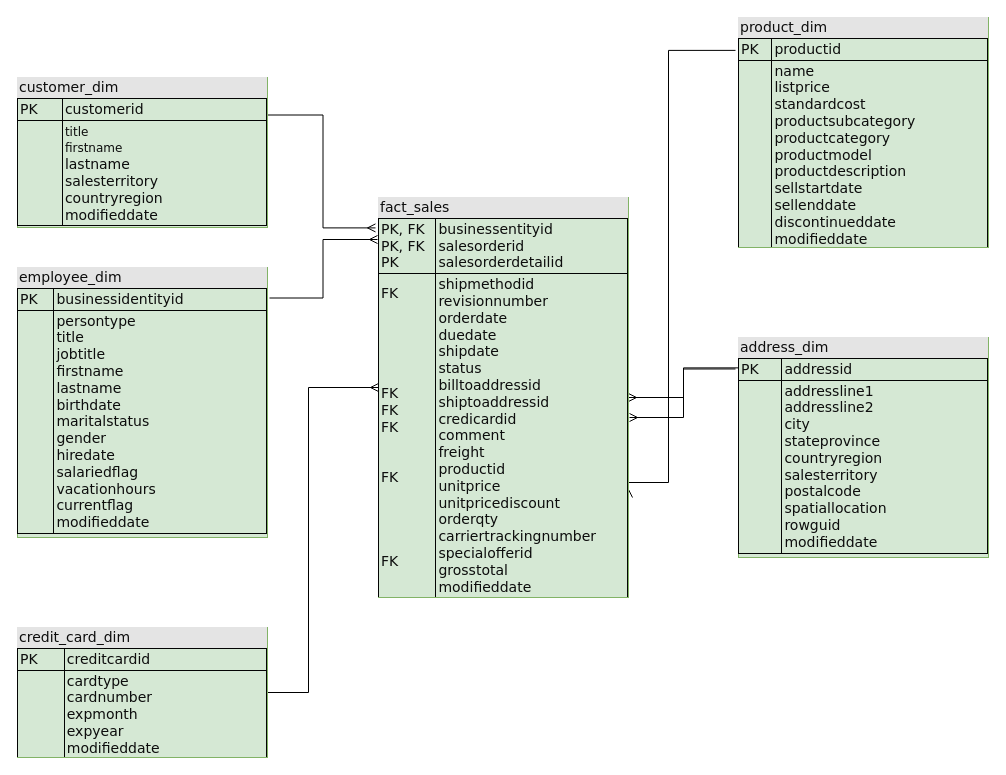
The draw.io diagram page "dw_model" (1 of 7) of data_models.drawio in glbarr/AdventureWorks_DW, before the edit. Source tidied: cells renumbered, new cells numbered last; positions are measured from the earlier drawing's top-left corner, leaving out a move shared by most shapes. Both pictures are drawn from the tidied source at 100%, with x=0, y=0 at pixel (17, 17).
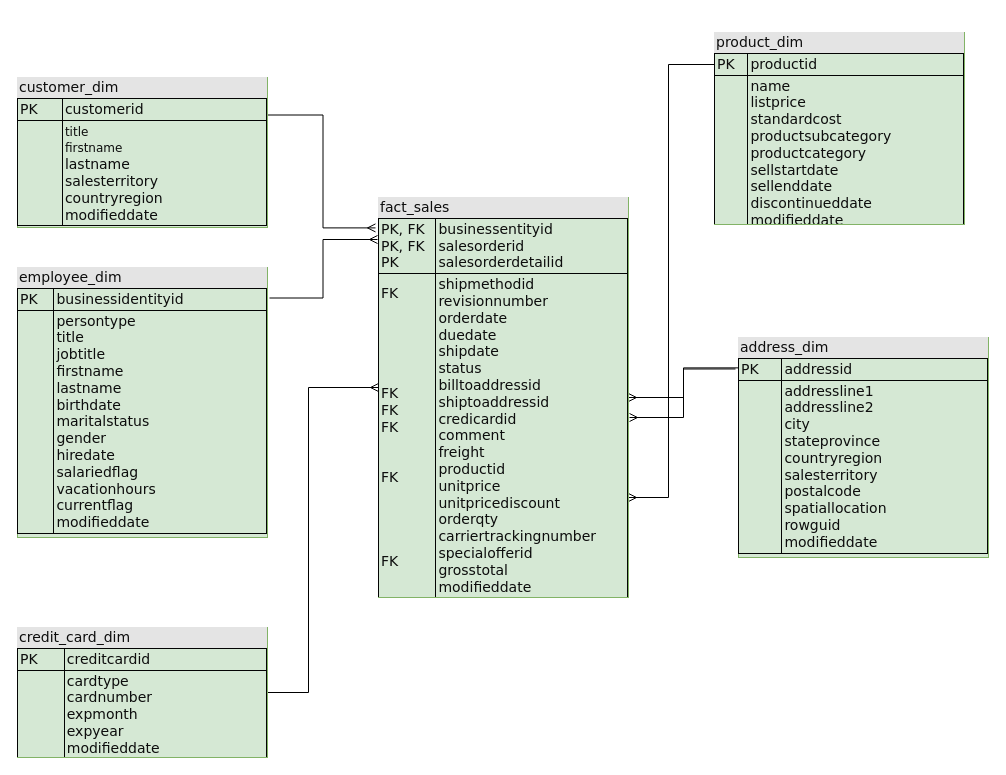
The same page after the edit.

What changed in the source:
```diff
@@
 <mxGraphModel>
   <root>
     <mxCell id="0" />
     <mxCell id="1" parent="0" />
     <mxCell id="2" style="edgeStyle=orthogonalEdgeStyle;rounded=0;jettySize=auto;html=1;exitX=1;exitY=0.5;exitDx=0;exitDy=0;entryX=0.004;entryY=0.138;entryDx=0;entryDy=0;entryPerimeter=0;fontSize=14;startArrow=ERmany;startFill=0;endArrow=none;endFill=0;" parent="1" edge="1" source="7" target="9">
       <mxGeometry relative="1" as="geometry" />
     </mxCell>
     <mxCell id="3" style="edgeStyle=orthogonalEdgeStyle;rounded=0;jettySize=auto;html=1;exitX=1.004;exitY=0.55;exitDx=0;exitDy=0;entryX=-0.012;entryY=0.143;entryDx=0;entryDy=0;entryPerimeter=0;fontSize=14;startArrow=ERmany;startFill=0;endArrow=none;endFill=0;exitPerimeter=0;" parent="1" edge="1" source="7" target="9">
       <mxGeometry relative="1" as="geometry" />
     </mxCell>
     <mxCell id="4" style="edgeStyle=orthogonalEdgeStyle;rounded=0;jettySize=auto;html=1;entryX=1.008;entryY=0.113;entryDx=0;entryDy=0;entryPerimeter=0;endArrow=none;endFill=0;startArrow=ERmany;startFill=0;exitX=-0.004;exitY=0.105;exitDx=0;exitDy=0;exitPerimeter=0;" parent="1" edge="1" source="7" target="12">
       <mxGeometry relative="1" as="geometry" />
     </mxCell>
-    <mxCell id="5" style="edgeStyle=orthogonalEdgeStyle;rounded=0;jettySize=auto;html=1;entryX=-0.012;entryY=0.143;entryDx=0;entryDy=0;entryPerimeter=0;startArrow=ERmany;startFill=0;endArrow=none;endFill=0;exitX=1;exitY=0.75;exitDx=0;exitDy=0;" parent="1" edge="1" source="7" target="8">
+    <mxCell id="5" style="edgeStyle=orthogonalEdgeStyle;rounded=0;jettySize=auto;html=1;startArrow=ERmany;startFill=0;endArrow=none;endFill=0;exitX=1;exitY=0.75;exitDx=0;exitDy=0;" parent="1" edge="1" source="7" target="14">
       <mxGeometry relative="1" as="geometry">
         <Array as="points">
-          <mxPoint x="651" y="465" />
-          <mxPoint x="651" y="33" />
+          <mxPoint x="651" y="480" />
+          <mxPoint x="651" y="47" />
         </Array>
       </mxGeometry>
     </mxCell>
     <mxCell id="6" style="edgeStyle=orthogonalEdgeStyle;rounded=0;jettySize=auto;html=1;startArrow=ERmany;startFill=0;endArrow=none;endFill=0;" parent="1" edge="1" source="7" target="13">
       <mxGeometry relative="1" as="geometry">
         <Array as="points">
           <mxPoint x="291" y="370" />
         </Array>
       </mxGeometry>
     </mxCell>
     <mxCell id="7" value="&lt;div style=&quot;box-sizing: border-box; width: 100%; background: rgb(228, 228, 228); padding: 2px; font-size: 14px;&quot;&gt;fact_sales&lt;/div&gt;&lt;table border=&quot;1&quot; style=&quot;width: 100%; font-size: 14px; border: 1px solid rgb(3, 3, 3); border-collapse: collapse;&quot; cellpadding=&quot;2&quot; cellspacing=&quot;0&quot;&gt;&lt;tbody style=&quot;font-size: 14px;&quot;&gt;&lt;tr style=&quot;font-size: 14px;&quot;&gt;&lt;td style=&quot;font-size: 14px;&quot;&gt;PK, FK&lt;br&gt;PK, FK&lt;br&gt;PK&lt;/td&gt;&lt;td style=&quot;font-size: 14px;&quot;&gt;businessentityid&lt;br&gt;salesorderid&lt;br&gt;salesorderdetailid&lt;/td&gt;&lt;/tr&gt;&lt;tr style=&quot;font-size: 14px;&quot;&gt;&lt;td style=&quot;font-size: 14px;&quot;&gt;FK&lt;br&gt;&lt;br&gt;&lt;br&gt;&lt;br&gt;&lt;br&gt;&lt;br&gt;FK&lt;br&gt;FK&lt;br&gt;FK&lt;br&gt;&lt;br&gt;&lt;br&gt;FK&lt;br&gt;&lt;br&gt;&lt;br&gt;&lt;br&gt;&lt;br&gt;FK&lt;br&gt;&lt;br style=&quot;font-size: 14px;&quot;&gt;&lt;/td&gt;&lt;td style=&quot;font-size: 14px;&quot;&gt;shipmethodid&lt;br&gt;revisionnumber&lt;br&gt;orderdate&lt;br&gt;duedate&lt;br&gt;shipdate&lt;br&gt;status&lt;br&gt;billtoaddressid&lt;br&gt;shiptoaddressid&lt;br&gt;credicardid&lt;br&gt;comment&lt;br&gt;freight&lt;br&gt;productid&lt;br&gt;unitprice&lt;br&gt;unitpricediscount&lt;br&gt;orderqty&lt;br&gt;carriertrackingnumber&lt;br&gt;specialofferid&lt;br&gt;grosstotal&lt;br&gt;modifieddate&lt;/td&gt;&lt;/tr&gt;&lt;/tbody&gt;&lt;/table&gt;" style="verticalAlign=top;align=left;overflow=fill;html=1;rounded=0;shadow=0;comic=0;labelBackgroundColor=none;strokeWidth=1;fontFamily=Verdana;fontSize=14;fillColor=#d5e8d4;strokeColor=#82b366;fontColor=#0D0D0D;" parent="1" vertex="1">
       <mxGeometry x="361" y="180" width="250" height="400" as="geometry" />
     </mxCell>
-    <mxCell id="8" value="&lt;div style=&quot;box-sizing: border-box; width: 100%; background: rgb(228, 228, 228); padding: 2px; font-size: 14px;&quot;&gt;product_dim&lt;/div&gt;&lt;table border=&quot;1&quot; style=&quot;width: 100%; font-size: 14px; border: 1px solid rgb(3, 3, 3); border-collapse: collapse;&quot; cellpadding=&quot;2&quot; cellspacing=&quot;0&quot;&gt;&lt;tbody style=&quot;font-size: 14px;&quot;&gt;&lt;tr style=&quot;font-size: 14px;&quot;&gt;&lt;td style=&quot;font-size: 14px;&quot;&gt;PK&lt;/td&gt;&lt;td style=&quot;font-size: 14px;&quot;&gt;productid&lt;/td&gt;&lt;/tr&gt;&lt;tr style=&quot;font-size: 14px;&quot;&gt;&lt;td style=&quot;font-size: 14px;&quot;&gt;&lt;br style=&quot;font-size: 14px;&quot;&gt;&lt;/td&gt;&lt;td style=&quot;font-size: 14px;&quot;&gt;name&lt;br style=&quot;font-size: 14px;&quot;&gt;listprice&lt;br style=&quot;font-size: 14px;&quot;&gt;standardcost&lt;br style=&quot;font-size: 14px;&quot;&gt;productsubcategory&lt;br style=&quot;font-size: 14px;&quot;&gt;productcategory&lt;br style=&quot;font-size: 14px;&quot;&gt;productmodel&lt;br style=&quot;font-size: 14px;&quot;&gt;productdescription&lt;br style=&quot;font-size: 14px;&quot;&gt;sellstartdate&lt;br style=&quot;font-size: 14px;&quot;&gt;sellenddate&lt;br style=&quot;font-size: 14px;&quot;&gt;discontinueddate&lt;br style=&quot;font-size: 14px;&quot;&gt;modifieddate&lt;/td&gt;&lt;/tr&gt;&lt;/tbody&gt;&lt;/table&gt;" style="verticalAlign=top;align=left;overflow=fill;html=1;rounded=0;shadow=0;comic=0;labelBackgroundColor=none;strokeWidth=1;fontFamily=Verdana;fontSize=14;fillColor=#d5e8d4;strokeColor=#82b366;fontColor=#0D0D0D;" parent="1" vertex="1">
-      <mxGeometry x="721" width="250" height="230" as="geometry" />
-    </mxCell>
     <mxCell id="9" value="&lt;div style=&quot;box-sizing: border-box; width: 100%; background: rgb(228, 228, 228); padding: 2px; font-size: 14px;&quot;&gt;address_dim&lt;/div&gt;&lt;table border=&quot;1&quot; style=&quot;width: 100%; font-size: 14px; border: 1px solid rgb(3, 3, 3); border-collapse: collapse;&quot; cellpadding=&quot;2&quot; cellspacing=&quot;0&quot;&gt;&lt;tbody style=&quot;font-size: 14px;&quot;&gt;&lt;tr style=&quot;font-size: 14px;&quot;&gt;&lt;td style=&quot;font-size: 14px;&quot;&gt;PK&lt;/td&gt;&lt;td style=&quot;font-size: 14px;&quot;&gt;addressid&lt;/td&gt;&lt;/tr&gt;&lt;tr style=&quot;font-size: 14px;&quot;&gt;&lt;td style=&quot;font-size: 14px;&quot;&gt;&lt;br style=&quot;font-size: 14px;&quot;&gt;&lt;/td&gt;&lt;td style=&quot;font-size: 14px;&quot;&gt;&lt;span style=&quot;font-size: 14px;&quot;&gt;addressline1&lt;/span&gt;&lt;br style=&quot;font-size: 14px;&quot;&gt;&lt;span style=&quot;font-size: 14px;&quot;&gt;addressline2&lt;/span&gt;&lt;br style=&quot;font-size: 14px;&quot;&gt;&lt;span style=&quot;font-size: 14px;&quot;&gt;city&lt;/span&gt;&lt;br style=&quot;font-size: 14px;&quot;&gt;&lt;span style=&quot;font-size: 14px;&quot;&gt;stateprovince&lt;br style=&quot;font-size: 14px;&quot;&gt;&lt;/span&gt;countryregion&lt;br style=&quot;font-size: 14px;&quot;&gt;salesterritory&lt;br style=&quot;font-size: 14px;&quot;&gt;&lt;span style=&quot;font-size: 14px;&quot;&gt;postalcode&lt;/span&gt;&lt;br style=&quot;font-size: 14px;&quot;&gt;&lt;span style=&quot;font-size: 14px;&quot;&gt;spatiallocation&lt;/span&gt;&lt;br style=&quot;font-size: 14px;&quot;&gt;&lt;span style=&quot;font-size: 14px;&quot;&gt;rowguid&lt;/span&gt;&lt;br style=&quot;font-size: 14px;&quot;&gt;&lt;span style=&quot;font-size: 14px;&quot;&gt;modifieddate&lt;/span&gt;&lt;br style=&quot;font-size: 14px;&quot;&gt;&lt;/td&gt;&lt;/tr&gt;&lt;/tbody&gt;&lt;/table&gt;" style="verticalAlign=top;align=left;overflow=fill;html=1;rounded=0;shadow=0;comic=0;labelBackgroundColor=none;strokeWidth=1;fontFamily=Verdana;fontSize=14;fillColor=#d5e8d4;strokeColor=#82b366;fontColor=#0D0D0D;" parent="1" vertex="1">
       <mxGeometry x="721" y="320" width="250" height="220" as="geometry" />
     </mxCell>
     <mxCell id="10" style="edgeStyle=orthogonalEdgeStyle;rounded=0;jettySize=auto;html=1;exitX=1;exitY=0.25;exitDx=0;exitDy=0;startArrow=none;startFill=0;endArrow=ERmany;endFill=0;entryX=-0.012;entryY=0.076;entryDx=0;entryDy=0;entryPerimeter=0;" parent="1" edge="1" source="11" target="7">
       <mxGeometry relative="1" as="geometry" />
     </mxCell>
     <mxCell id="11" value="&lt;div style=&quot;box-sizing: border-box; width: 100%; background: rgb(228, 228, 228); padding: 2px; font-size: 14px;&quot;&gt;customer_dim&lt;/div&gt;&lt;table border=&quot;1&quot; style=&quot;width: 100%; font-size: 14px; border: 1px solid rgb(3, 3, 3); border-collapse: collapse;&quot; cellpadding=&quot;2&quot; cellspacing=&quot;0&quot;&gt;&lt;tbody style=&quot;font-size: 14px;&quot;&gt;&lt;tr style=&quot;font-size: 14px;&quot;&gt;&lt;td style=&quot;font-size: 14px;&quot;&gt;PK&lt;/td&gt;&lt;td style=&quot;font-size: 14px;&quot;&gt;customerid&lt;br&gt;&lt;/td&gt;&lt;/tr&gt;&lt;tr style=&quot;font-size: 14px;&quot;&gt;&lt;td style=&quot;font-size: 14px;&quot;&gt;&lt;br style=&quot;font-size: 14px;&quot;&gt;&lt;/td&gt;&lt;td style=&quot;font-size: 14px;&quot;&gt;&lt;span style=&quot;font-size: 12px;&quot;&gt;title&lt;br&gt;firstname&lt;br&gt;&lt;/span&gt;lastname&lt;br&gt;salesterritory&lt;br&gt;countryregion&lt;br&gt;modifieddate&lt;br&gt;&lt;/td&gt;&lt;/tr&gt;&lt;/tbody&gt;&lt;/table&gt;" style="verticalAlign=top;align=left;overflow=fill;html=1;rounded=0;shadow=0;comic=0;labelBackgroundColor=none;strokeWidth=1;fontFamily=Verdana;fontSize=14;fillColor=#d5e8d4;strokeColor=#82b366;fontColor=#0D0D0D;" parent="1" vertex="1">
       <mxGeometry y="60" width="250" height="150" as="geometry" />
     </mxCell>
     <mxCell id="12" value="&lt;div style=&quot;box-sizing: border-box; width: 100%; background: rgb(228, 228, 228); padding: 2px; font-size: 14px;&quot;&gt;employee_dim&lt;/div&gt;&lt;table border=&quot;1&quot; style=&quot;width: 100%; font-size: 14px; border: 1px solid rgb(3, 3, 3); border-collapse: collapse;&quot; cellpadding=&quot;2&quot; cellspacing=&quot;0&quot;&gt;&lt;tbody style=&quot;font-size: 14px;&quot;&gt;&lt;tr style=&quot;font-size: 14px;&quot;&gt;&lt;td style=&quot;font-size: 14px;&quot;&gt;PK&lt;/td&gt;&lt;td style=&quot;font-size: 14px;&quot;&gt;businessidentityid&lt;/td&gt;&lt;/tr&gt;&lt;tr style=&quot;font-size: 14px;&quot;&gt;&lt;td style=&quot;font-size: 14px;&quot;&gt;&lt;br style=&quot;font-size: 14px;&quot;&gt;&lt;/td&gt;&lt;td style=&quot;font-size: 14px;&quot;&gt;persontype&lt;br&gt;title&lt;br&gt;jobtitle&lt;br&gt;firstname&lt;br&gt;lastname&lt;br&gt;birthdate&lt;br&gt;maritalstatus&lt;br&gt;gender&lt;br&gt;hiredate&lt;br&gt;salariedflag&lt;br&gt;vacationhours&lt;br&gt;currentflag&lt;br&gt;modifieddate&lt;/td&gt;&lt;/tr&gt;&lt;/tbody&gt;&lt;/table&gt;" style="verticalAlign=top;align=left;overflow=fill;html=1;rounded=0;shadow=0;comic=0;labelBackgroundColor=none;strokeWidth=1;fontFamily=Verdana;fontSize=14;fillColor=#d5e8d4;strokeColor=#82b366;fontColor=#0D0D0D;" parent="1" vertex="1">
       <mxGeometry y="250" width="250" height="270" as="geometry" />
     </mxCell>
     <mxCell id="13" value="&lt;div style=&quot;box-sizing: border-box; width: 100%; background: rgb(228, 228, 228); padding: 2px; font-size: 14px;&quot;&gt;credit_card_dim&lt;/div&gt;&lt;table border=&quot;1&quot; style=&quot;width: 100%; font-size: 14px; border: 1px solid rgb(3, 3, 3); border-collapse: collapse;&quot; cellpadding=&quot;2&quot; cellspacing=&quot;0&quot;&gt;&lt;tbody style=&quot;font-size: 14px;&quot;&gt;&lt;tr style=&quot;font-size: 14px;&quot;&gt;&lt;td style=&quot;font-size: 14px;&quot;&gt;PK&lt;/td&gt;&lt;td style=&quot;font-size: 14px;&quot;&gt;creditcardid&lt;/td&gt;&lt;/tr&gt;&lt;tr style=&quot;font-size: 14px;&quot;&gt;&lt;td style=&quot;font-size: 14px;&quot;&gt;&lt;br&gt;&lt;/td&gt;&lt;td style=&quot;font-size: 14px;&quot;&gt;cardtype&lt;br&gt;cardnumber&lt;br&gt;expmonth&lt;br&gt;expyear&lt;br&gt;modifieddate&lt;/td&gt;&lt;/tr&gt;&lt;/tbody&gt;&lt;/table&gt;" style="verticalAlign=top;align=left;overflow=fill;html=1;rounded=0;shadow=0;comic=0;labelBackgroundColor=none;strokeWidth=1;fontFamily=Verdana;fontSize=14;fillColor=#d5e8d4;strokeColor=#82b366;fontColor=#0D0D0D;" parent="1" vertex="1">
       <mxGeometry y="610" width="250" height="130" as="geometry" />
     </mxCell>
+    <mxCell id="14" value="&lt;div style=&quot;box-sizing: border-box ; width: 100% ; background: rgb(228 , 228 , 228) ; padding: 2px ; font-size: 14px&quot;&gt;product_dim&lt;/div&gt;&lt;table border=&quot;1&quot; style=&quot;width: 100% ; font-size: 14px ; border: 1px solid rgb(3 , 3 , 3) ; border-collapse: collapse&quot; cellpadding=&quot;2&quot; cellspacing=&quot;0&quot;&gt;&lt;tbody style=&quot;font-size: 14px&quot;&gt;&lt;tr style=&quot;font-size: 14px&quot;&gt;&lt;td style=&quot;font-size: 14px&quot;&gt;PK&lt;/td&gt;&lt;td style=&quot;font-size: 14px&quot;&gt;productid&lt;/td&gt;&lt;/tr&gt;&lt;tr style=&quot;font-size: 14px&quot;&gt;&lt;td style=&quot;font-size: 14px&quot;&gt;&lt;br style=&quot;font-size: 14px&quot;&gt;&lt;/td&gt;&lt;td style=&quot;font-size: 14px&quot;&gt;name&lt;br style=&quot;font-size: 14px&quot;&gt;listprice&lt;br style=&quot;font-size: 14px&quot;&gt;standardcost&lt;br style=&quot;font-size: 14px&quot;&gt;productsubcategory&lt;br style=&quot;font-size: 14px&quot;&gt;productcategory&lt;br style=&quot;font-size: 14px&quot;&gt;sellstartdate&lt;br style=&quot;font-size: 14px&quot;&gt;sellenddate&lt;br style=&quot;font-size: 14px&quot;&gt;discontinueddate&lt;br style=&quot;font-size: 14px&quot;&gt;modifieddate&lt;/td&gt;&lt;/tr&gt;&lt;/tbody&gt;&lt;/table&gt;" style="verticalAlign=top;align=left;overflow=fill;html=1;rounded=0;shadow=0;comic=0;labelBackgroundColor=none;strokeWidth=1;fontFamily=Verdana;fontSize=14;fillColor=#d5e8d4;strokeColor=#82b366;fontColor=#0D0D0D;" parent="1" vertex="1">
+      <mxGeometry x="697" y="15" width="250" height="192" as="geometry" />
+    </mxCell>
   </root>
 </mxGraphModel>
```
